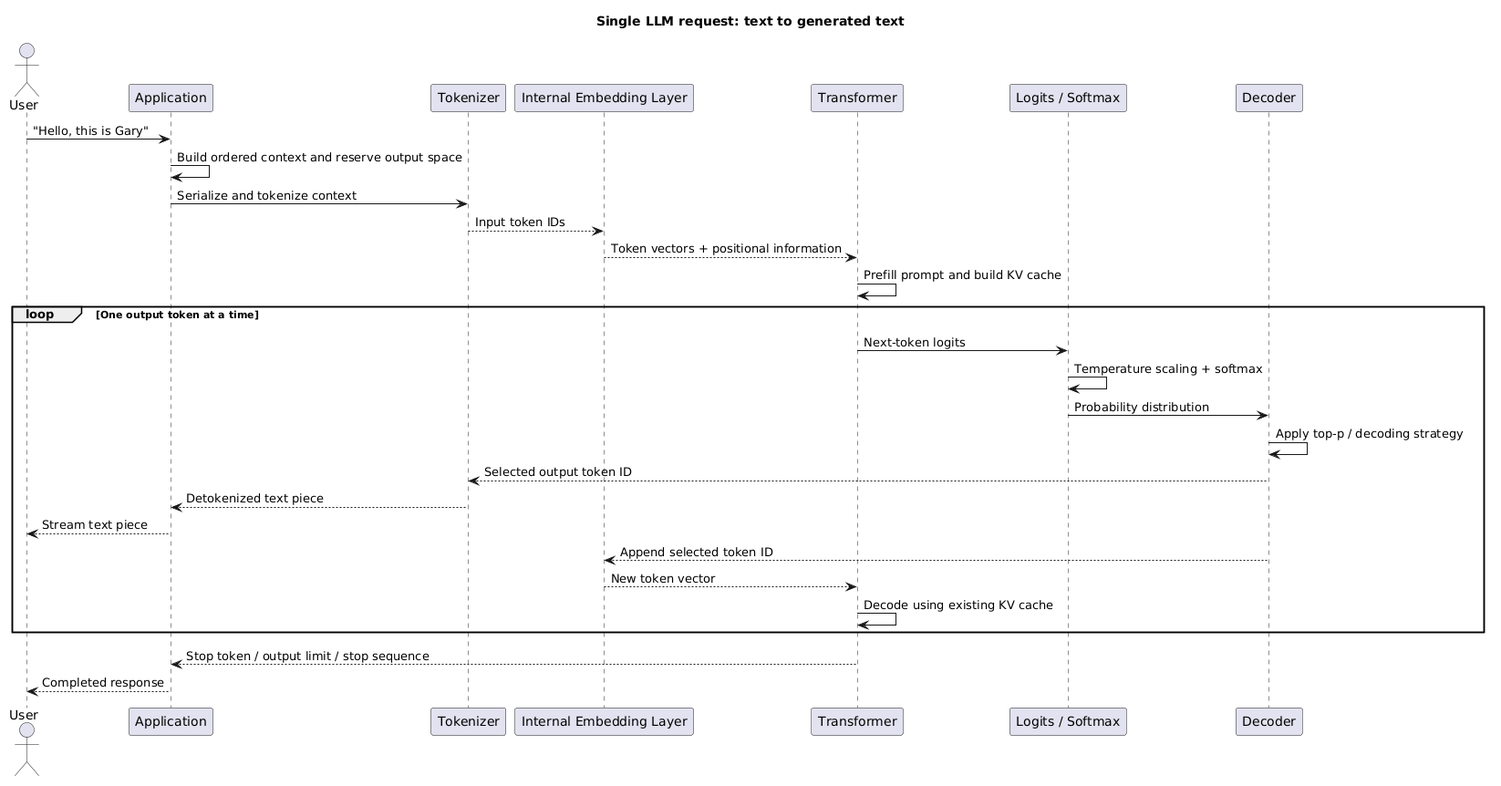
Before: study/assets/llm_single_request_sequence.png, a diagram exported from PlantUML (gLuColte/glucolte.github.io). Source of this version:
```plantuml
@startuml
title Single LLM request: text to generated text
actor User
participant Application as App
participant Tokenizer
participant "Internal Embedding Layer" as Embed
participant "Transformer" as Model
participant "Logits / Softmax" as Scores
participant Decoder
User -> App: "Hello, this is Gary"
App -> App: Build ordered context and reserve output space
App -> Tokenizer: Serialize and tokenize context
Tokenizer --> Embed: Input token IDs
Embed --> Model: Token vectors + positional information
Model -> Model: Prefill prompt and build KV cache
loop One output token at a time
  Model -> Scores: Next-token logits
  Scores -> Scores: Temperature scaling + softmax
  Scores -> Decoder: Probability distribution
  Decoder -> Decoder: Apply top-p / decoding strategy
  Decoder --> Tokenizer: Selected output token ID
  Tokenizer --> App: Detokenized text piece
  App --> User: Stream text piece
  Decoder --> Embed: Append selected token ID
  Embed --> Model: New token vector
  Model -> Model: Decode using existing KV cache
end
Model --> App: Stop token / output limit / stop sequence
App --> User: Completed response
@enduml
```
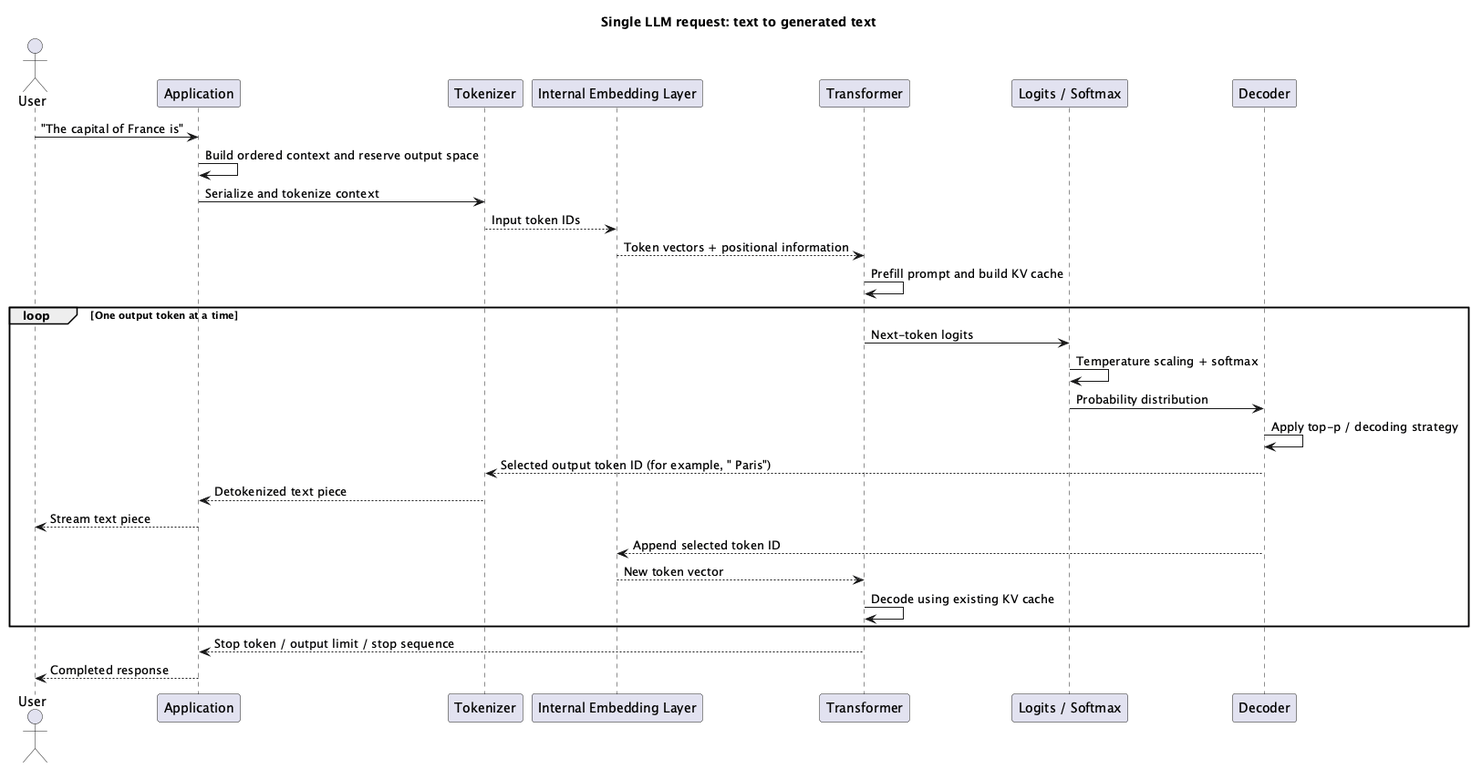
The same diagram one commit later.

Diff of the diagram source:
```diff
@@ -7,7 +7,7 @@
 participant "Transformer" as Model
 participant "Logits / Softmax" as Scores
 participant Decoder
-User -> App: "Hello, this is Gary"
+User -> App: "The capital of France is"
 App -> App: Build ordered context and reserve output space
 App -> Tokenizer: Serialize and tokenize context
 Tokenizer --> Embed: Input token IDs
@@ -18,7 +18,7 @@
   Scores -> Scores: Temperature scaling + softmax
   Scores -> Decoder: Probability distribution
   Decoder -> Decoder: Apply top-p / decoding strategy
-  Decoder --> Tokenizer: Selected output token ID
+  Decoder --> Tokenizer: Selected output token ID (for example, " Paris")
   Tokenizer --> App: Detokenized text piece
   App --> User: Stream text piece
   Decoder --> Embed: Append selected token ID
```
